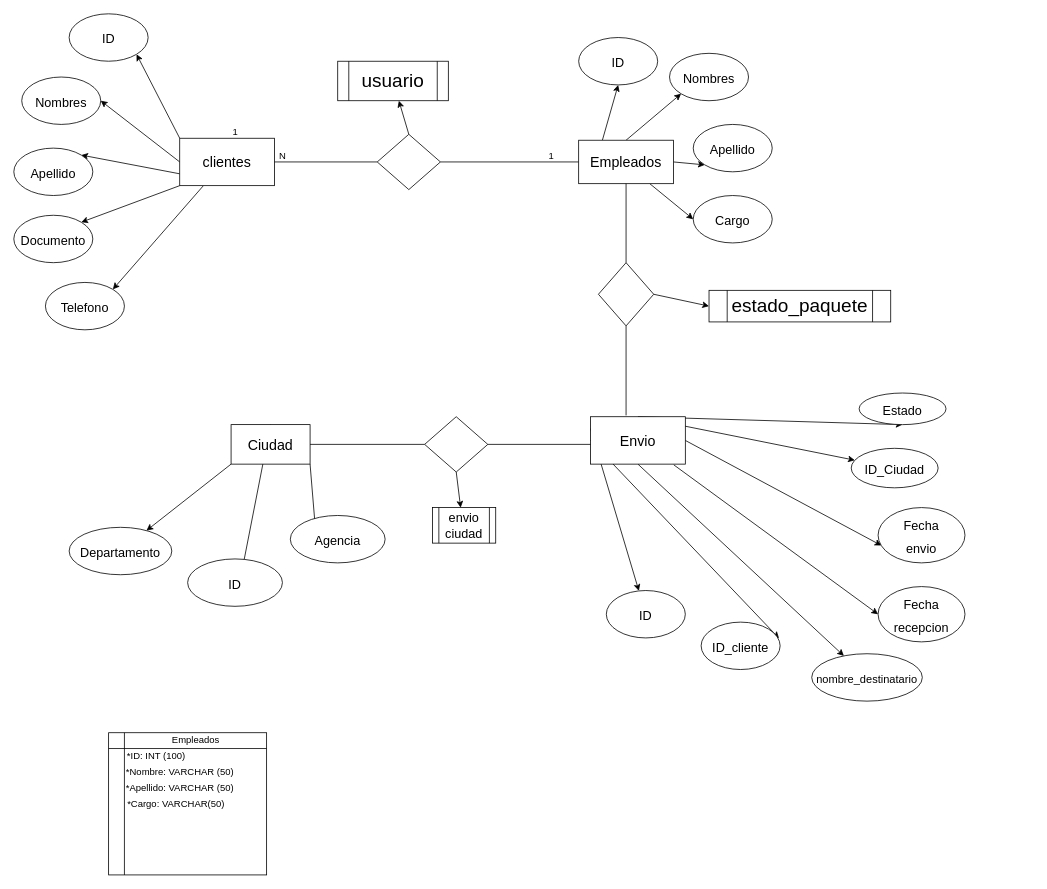
Earlier version of the draw.io diagram Mer_V3.drawio (mateovillaa11/Proyecto_FindeA-o). Source tidied: cells renumbered, new cells numbered last; positions are measured from the earlier drawing's top-left corner, leaving out a move shared by most shapes. Both pictures are drawn from the tidied source at 79%, with x=0, y=0 at pixel (13, 13).
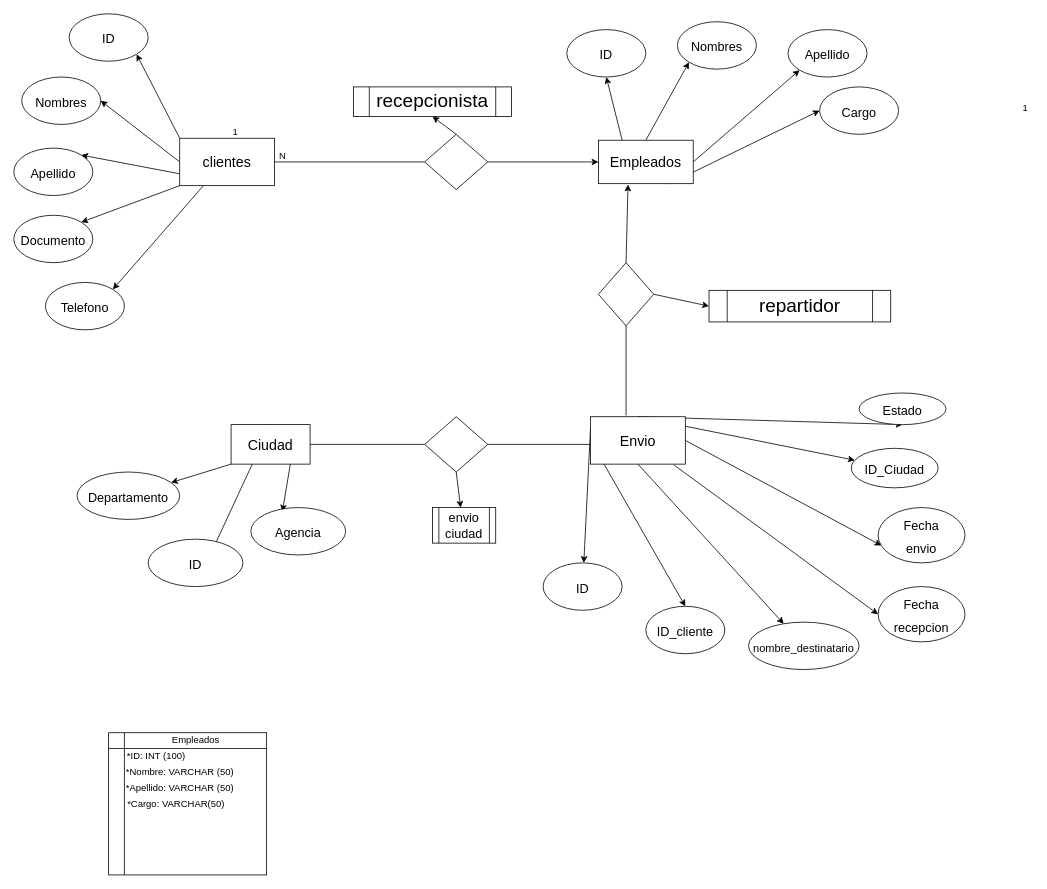
The same diagram, later.

Commit message (it also covers changes not shown here):
nuevo mer

Unchanged cells that the change refers to:
```xml
<mxCell id="18" value="&lt;span style=&quot;font-size: 18px&quot;&gt;Envio&lt;/span&gt;" style="rounded=0;whiteSpace=wrap;html=1;fontSize=24;" parent="1" vertex="1">
  <mxGeometry x="730" y="510" width="120" height="60" as="geometry" />
</mxCell>
<mxCell id="28" value="&lt;span style=&quot;font-size: 18px&quot;&gt;Ciudad&lt;/span&gt;" style="rounded=0;whiteSpace=wrap;html=1;fontSize=24;" parent="1" vertex="1">
  <mxGeometry x="275" y="520" width="100" height="50" as="geometry" />
</mxCell>
<mxCell id="62" style="rhombus;whiteSpace=wrap;html=1;fontSize=14;rotation=90;" parent="1" vertex="1">
  <mxGeometry x="735" y="320" width="80" height="70" as="geometry" />
</mxCell>
```

Change to the diagram source:
```diff
@@
-    <mxCell id="16" style="edgeStyle=none;html=1;exitX=0;exitY=0.5;exitDx=0;exitDy=0;entryX=0.986;entryY=0.341;entryDx=0;entryDy=0;entryPerimeter=0;" parent="1" edge="1" source="18" target="48">
+    <mxCell id="16" style="edgeStyle=none;html=1;exitX=0;exitY=0.5;exitDx=0;exitDy=0;entryX=0.5;entryY=0;entryDx=0;entryDy=0;" parent="1" edge="1" source="18" target="48">
       <mxGeometry relative="1" as="geometry" />
     </mxCell>
@@
     <mxCell id="20" value="&lt;span style=&quot;font-size: 16px&quot;&gt;ID&lt;/span&gt;" style="ellipse;whiteSpace=wrap;html=1;fontSize=24;" parent="1" vertex="1">
-      <mxGeometry x="750" y="730" width="100" height="60" as="geometry" />
+      <mxGeometry x="670" y="695" width="100" height="60" as="geometry" />
     </mxCell>
     <mxCell id="21" value="&lt;font style=&quot;font-size: 14px&quot;&gt;nombre_destinatario&lt;/font&gt;" style="ellipse;whiteSpace=wrap;html=1;fontSize=24;" parent="1" vertex="1">
-      <mxGeometry x="1010" y="810" width="140" height="60" as="geometry" />
+      <mxGeometry x="930" y="770" width="140" height="60" as="geometry" />
     </mxCell>
@@
-    <mxCell id="27" style="edgeStyle=none;html=1;exitX=1;exitY=1;exitDx=0;exitDy=0;fontSize=14;entryX=0.293;entryY=0.967;entryDx=0;entryDy=0;entryPerimeter=0;" parent="1" edge="1" source="28" target="31">
-      <mxGeometry relative="1" as="geometry" />
+    <mxCell id="27" style="edgeStyle=none;html=1;exitX=0.75;exitY=1;exitDx=0;exitDy=0;fontSize=14;" parent="1" edge="1" source="28">
+      <mxGeometry relative="1" as="geometry">
+        <mxPoint x="340" y="630" as="targetPoint" />
+      </mxGeometry>
     </mxCell>
@@
     <mxCell id="29" value="&lt;p&gt;&lt;font size=&quot;3&quot;&gt;Departamento&lt;/font&gt;&lt;/p&gt;" style="ellipse;whiteSpace=wrap;html=1;fontSize=24;" parent="1" vertex="1">
-      <mxGeometry x="70" y="650" width="130" height="60" as="geometry" />
+      <mxGeometry x="80" y="580" width="130" height="60" as="geometry" />
     </mxCell>
     <mxCell id="30" value="&lt;p&gt;&lt;font size=&quot;3&quot;&gt;ID&lt;/font&gt;&lt;/p&gt;" style="ellipse;whiteSpace=wrap;html=1;fontSize=24;" parent="1" vertex="1">
-      <mxGeometry x="220" y="690" width="120" height="60" as="geometry" />
+      <mxGeometry x="170" y="665" width="120" height="60" as="geometry" />
     </mxCell>
     <mxCell id="31" value="&lt;font size=&quot;3&quot;&gt;Agencia&lt;/font&gt;" style="ellipse;whiteSpace=wrap;html=1;fontSize=24;" parent="1" vertex="1">
-      <mxGeometry x="350" y="635" width="120" height="60" as="geometry" />
+      <mxGeometry x="300" y="625" width="120" height="60" as="geometry" />
     </mxCell>
@@
-    <mxCell id="34" style="edgeStyle=none;html=1;exitX=0.5;exitY=0;exitDx=0;exitDy=0;fontSize=24;" parent="1" edge="1" source="35" target="67">
-      <mxGeometry relative="1" as="geometry" />
-    </mxCell>
+    <mxCell id="68" style="edgeStyle=none;html=1;exitX=1;exitY=0.5;exitDx=0;exitDy=0;fontSize=24;entryX=0;entryY=0.5;entryDx=0;entryDy=0;" parent="1" edge="1" source="35" target="43">
+      <mxGeometry relative="1" as="geometry" />
+    </mxCell>
+    <mxCell id="69" style="edgeStyle=none;html=1;exitX=0.5;exitY=0;exitDx=0;exitDy=0;entryX=0.5;entryY=1;entryDx=0;entryDy=0;fontSize=24;" parent="1" edge="1" source="35" target="71">
+      <mxGeometry relative="1" as="geometry" />
+    </mxCell>
     <mxCell id="35" style="rhombus;whiteSpace=wrap;html=1;fontSize=14;" parent="1" vertex="1">
-      <mxGeometry x="460" y="152.5" width="80" height="70" as="geometry" />
+      <mxGeometry x="520" y="152.5" width="80" height="70" as="geometry" />
     </mxCell>
-    <mxCell id="36" style="endArrow=none;html=1;entryX=1;entryY=0.5;entryDx=0;entryDy=0;exitX=0;exitY=0.5;exitDx=0;exitDy=0;" parent="1" edge="1" source="43" target="35">
-      <mxGeometry relative="1" as="geometry" />
-    </mxCell>
     <mxCell id="37" value="1" style="text;html=1;align=center;verticalAlign=middle;strokeColor=none;fillColor=none;" parent="1" vertex="1">
-      <mxGeometry x="670" y="170" width="20" height="20" as="geometry" />
+      <mxGeometry x="1270" y="110" width="20" height="20" as="geometry" />
     </mxCell>
@@
     <mxCell id="43" value="&lt;span style=&quot;font-size: 18px&quot;&gt;Empleados&lt;/span&gt;" style="rounded=0;whiteSpace=wrap;html=1;" parent="1" vertex="1">
-      <mxGeometry x="715" y="160" width="120" height="55" as="geometry" />
+      <mxGeometry x="740" y="160" width="120" height="55" as="geometry" />
     </mxCell>
     <mxCell id="44" value="&lt;font size=&quot;3&quot;&gt;Nombres&lt;/font&gt;" style="ellipse;whiteSpace=wrap;html=1;fontSize=24;" parent="1" vertex="1">
-      <mxGeometry x="830" y="50" width="100" height="60" as="geometry" />
+      <mxGeometry x="840" y="10" width="100" height="60" as="geometry" />
     </mxCell>
     <mxCell id="45" value="&lt;span style=&quot;font-size: 16px&quot;&gt;Apellido&lt;/span&gt;" style="ellipse;whiteSpace=wrap;html=1;fontSize=24;" parent="1" vertex="1">
-      <mxGeometry x="860" y="140" width="100" height="60" as="geometry" />
+      <mxGeometry x="980" y="20" width="100" height="60" as="geometry" />
     </mxCell>
     <mxCell id="46" value="&lt;span style=&quot;font-size: 16px&quot;&gt;Cargo&lt;/span&gt;" style="ellipse;whiteSpace=wrap;html=1;fontSize=24;" parent="1" vertex="1">
-      <mxGeometry x="860" y="230" width="100" height="60" as="geometry" />
+      <mxGeometry x="1020" y="92.5" width="100" height="60" as="geometry" />
     </mxCell>
     <mxCell id="47" value="&lt;font size=&quot;3&quot;&gt;ID&lt;/font&gt;" style="ellipse;whiteSpace=wrap;html=1;fontSize=24;" parent="1" vertex="1">
-      <mxGeometry x="715" y="30" width="100" height="60" as="geometry" />
+      <mxGeometry x="700" y="20" width="100" height="60" as="geometry" />
     </mxCell>
     <mxCell id="48" value="&lt;span style=&quot;font-size: 16px&quot;&gt;ID_cliente&lt;/span&gt;" style="ellipse;whiteSpace=wrap;html=1;fontSize=24;" parent="1" vertex="1">
-      <mxGeometry x="870" y="770" width="100" height="60" as="geometry" />
+      <mxGeometry x="800" y="750" width="100" height="60" as="geometry" />
     </mxCell>
@@
+    <mxCell id="70" style="edgeStyle=none;html=1;exitX=0;exitY=0.5;exitDx=0;exitDy=0;entryX=0.312;entryY=1.019;entryDx=0;entryDy=0;entryPerimeter=0;fontSize=24;" parent="1" edge="1" source="62" target="43">
+      <mxGeometry relative="1" as="geometry" />
+    </mxCell>
@@
-    <mxCell id="63" style="edgeStyle=none;html=1;endArrow=none;exitX=0.5;exitY=1;exitDx=0;exitDy=0;" parent="1" edge="1" source="43" target="62">
-      <mxGeometry relative="1" as="geometry" />
-    </mxCell>
@@
-    <mxCell id="66" value="estado_paquete" style="shape=process;whiteSpace=wrap;html=1;backgroundOutline=1;fontSize=24;" parent="1" vertex="1">
+    <mxCell id="66" value="repartidor" style="shape=process;whiteSpace=wrap;html=1;backgroundOutline=1;fontSize=24;" parent="1" vertex="1">
       <mxGeometry x="880" y="350" width="230" height="40" as="geometry" />
     </mxCell>
-    <mxCell id="67" value="usuario" style="shape=process;whiteSpace=wrap;html=1;backgroundOutline=1;fontSize=24;" parent="1" vertex="1">
-      <mxGeometry x="410" y="60" width="140" height="50" as="geometry" />
-    </mxCell>
+    <mxCell id="71" value="recepcionista" style="shape=process;whiteSpace=wrap;html=1;backgroundOutline=1;fontSize=24;" parent="1" vertex="1">
+      <mxGeometry x="430" y="92.5" width="200" height="37.5" as="geometry" />
+    </mxCell>
```
